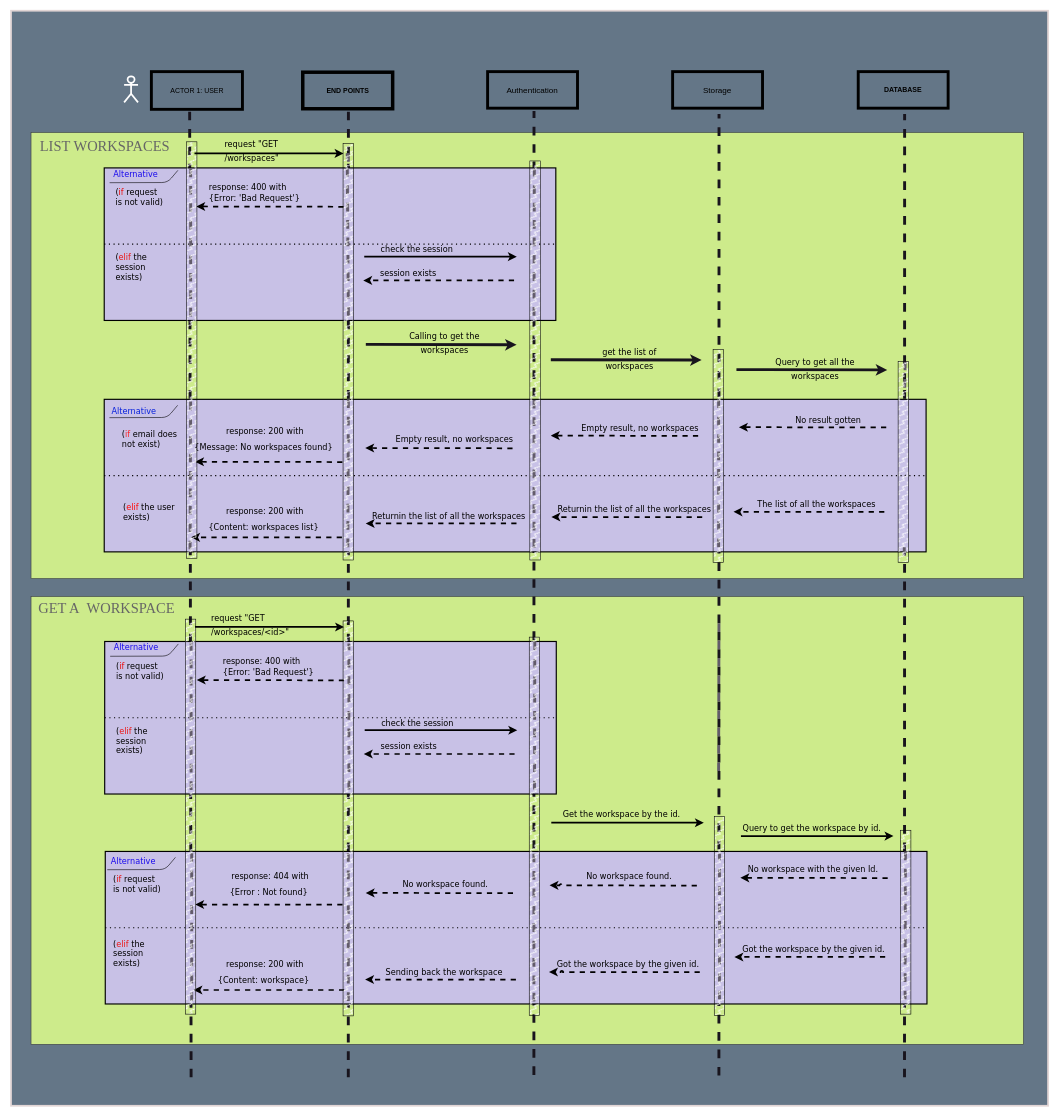
Kolapo-code/Booker keeps this draw.io diagram as UML/sequence_diagram/get_list_workspaces_diagram.dio. Above is the earlier version. Source tidied: cells renumbered, new cells numbered last; positions are measured from the earlier drawing's top-left corner, leaving out a move shared by most shapes. Both pictures are drawn from the tidied source at 58%, with x=0, y=0 at pixel (10, 10).
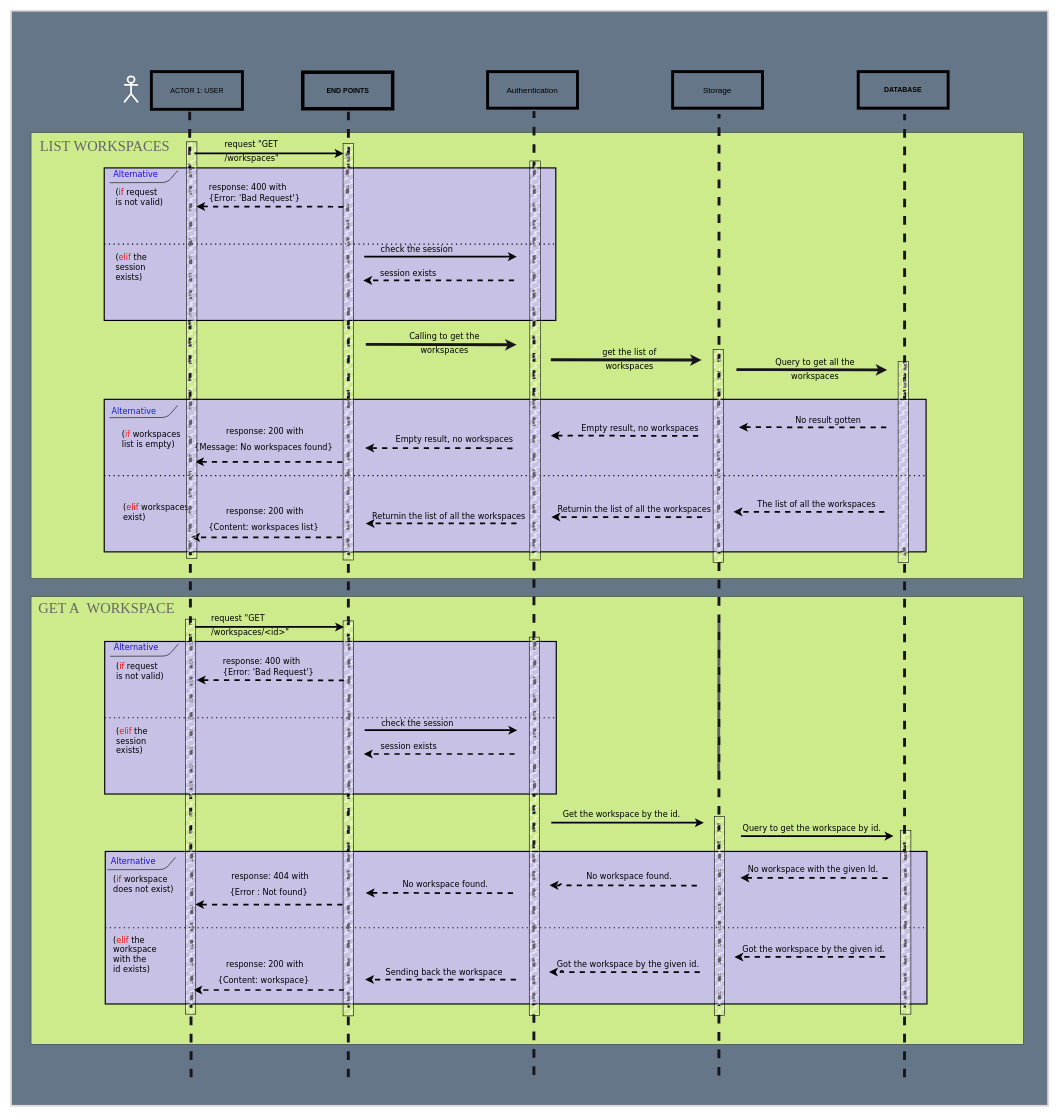
After the change.

Commit message (it also covers changes not shown here):
Committing the diagrams for the get workspace by id, and get list of available workspaces.

Fixing the routes.

Fixing timeline.

Fixing alternatives

Change to the diagram source:
```diff
@@
-    <mxCell id="52" value="(&lt;font color=&quot;#fc2223&quot;&gt;if&lt;/font&gt; email does&lt;br&gt;not exist)" style="text;html=1;align=left;verticalAlign=middle;strokeColor=none;fillColor=none;fontSize=14;fontFamily=Verdana;fontColor=#000000;" parent="1" vertex="1">
-      <mxGeometry x="190.2" y="712.6" width="100" height="50" as="geometry" />
+    <mxCell id="52" value="(&lt;font color=&quot;#fc2223&quot;&gt;if&lt;/font&gt;&amp;nbsp;workspaces&lt;br&gt;list is empty)" style="text;html=1;align=left;verticalAlign=middle;strokeColor=none;fillColor=none;fontSize=14;fontFamily=Verdana;fontColor=#000000;" parent="1" vertex="1">
+      <mxGeometry x="190.2" y="714.6" width="100" height="46" as="geometry" />
     </mxCell>
-    <mxCell id="53" value="(&lt;font color=&quot;#ff0a0a&quot;&gt;elif&lt;/font&gt; the user&lt;br&gt;exists)" style="text;html=1;align=left;verticalAlign=middle;strokeColor=none;fillColor=none;fontSize=14;fontFamily=Verdana;fontColor=#000000;" parent="1" vertex="1">
-      <mxGeometry x="192.2" y="840.3" width="90" height="50" as="geometry" />
+    <mxCell id="53" value="(&lt;font color=&quot;#ff0a0a&quot;&gt;elif&lt;/font&gt;&amp;nbsp;workspaces&lt;br&gt;exist)" style="text;html=1;align=left;verticalAlign=middle;strokeColor=none;fillColor=none;fontSize=14;fontFamily=Verdana;fontColor=#000000;" parent="1" vertex="1">
+      <mxGeometry x="192.2" y="842.3" width="110" height="46" as="geometry" />
     </mxCell>
@@
-    <mxCell id="98" value="(&lt;font color=&quot;#e90c0c&quot;&gt;if&lt;/font&gt; request&lt;br&gt;is not valid)" style="text;html=1;align=left;verticalAlign=middle;strokeColor=none;fillColor=none;fontSize=14;fontFamily=Verdana;fontColor=#000000;" parent="1" vertex="1">
-      <mxGeometry x="175" y="1481" width="90" height="50" as="geometry" />
+    <mxCell id="98" value="(&lt;font color=&quot;#e90c0c&quot;&gt;if&lt;/font&gt;&amp;nbsp;workspace&lt;br&gt;does not exist)" style="text;html=1;align=left;verticalAlign=middle;strokeColor=none;fillColor=none;fontSize=14;fontFamily=Verdana;fontColor=#000000;" parent="1" vertex="1">
+      <mxGeometry x="175" y="1483" width="100" height="46" as="geometry" />
     </mxCell>
-    <mxCell id="99" value="(&lt;font color=&quot;#ec1818&quot;&gt;elif&lt;/font&gt; the&lt;br&gt;session&amp;nbsp;&lt;br&gt;exists)" style="text;html=1;align=left;verticalAlign=middle;strokeColor=none;fillColor=none;fontSize=14;fontFamily=Verdana;fontColor=#000000;" parent="1" vertex="1">
-      <mxGeometry x="175" y="1595.4" width="62" height="62" as="geometry" />
+    <mxCell id="99" value="(&lt;font color=&quot;#ec1818&quot;&gt;elif&lt;/font&gt; the&lt;br&gt;workspace &lt;br&gt;with the &lt;br&gt;id&amp;nbsp;exists)" style="text;html=1;align=left;verticalAlign=middle;strokeColor=none;fillColor=none;fontSize=14;fontFamily=Verdana;fontColor=#000000;" parent="1" vertex="1">
+      <mxGeometry x="175" y="1587.4" width="78" height="79" as="geometry" />
     </mxCell>
```
